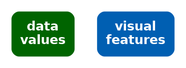
pmur002/hdvw keeps this Graphviz diagram as Diagrams/vis-clutter.png. Above is the earlier version. Its source is kept beside it as Diagrams/vis-clutter.dot.
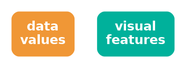
After the commit.

Diff of the diagram source:
```diff
@@ -1,8 +1,8 @@
 digraph {
   graph [ rankdir=LR; margin=.2; nodesep=.5 ];
   node [ fontsize=20; fontname="sans bold"; margin=.2 ];
-  data [ label="data\nvalues"; shape=box; style="filled, rounded"; penwidth=0; fontcolor=white; fillcolor="#006400" ]
+  data [ label="data\nvalues"; shape=box; style="filled, rounded"; penwidth=0; fontcolor=white; fillcolor="#F09736" ]
   vis [ label="visual\nfeatures"; shape=box;
-     style="filled, rounded"; penwidth=0; fontcolor=white; fillcolor="#005FB2" ]
-  data -> vis [ color="#006400;0.1:#006314;0.1:#006328;0.1:#00623B;0.1:#00624F;0.1:#006163;0.1:#006177;0.1:#00608A;0.1:#00609E;0.1:#005FB2;0.1" ] [ style="invis" ]
+     style="filled, rounded"; penwidth=0; fontcolor=white; fillcolor="#00B19B" ]
+  data -> vis [ color="#F09736;0.1:#D59A41;0.1:#BB9D4C;0.1:#A0A058;0.1:#85A363;0.1:#6BA56E;0.1:#50A879;0.1:#35AB85;0.1:#1BAE90;0.1:#00B19B;0.1" ] [ style="invis" ]
 }
```
